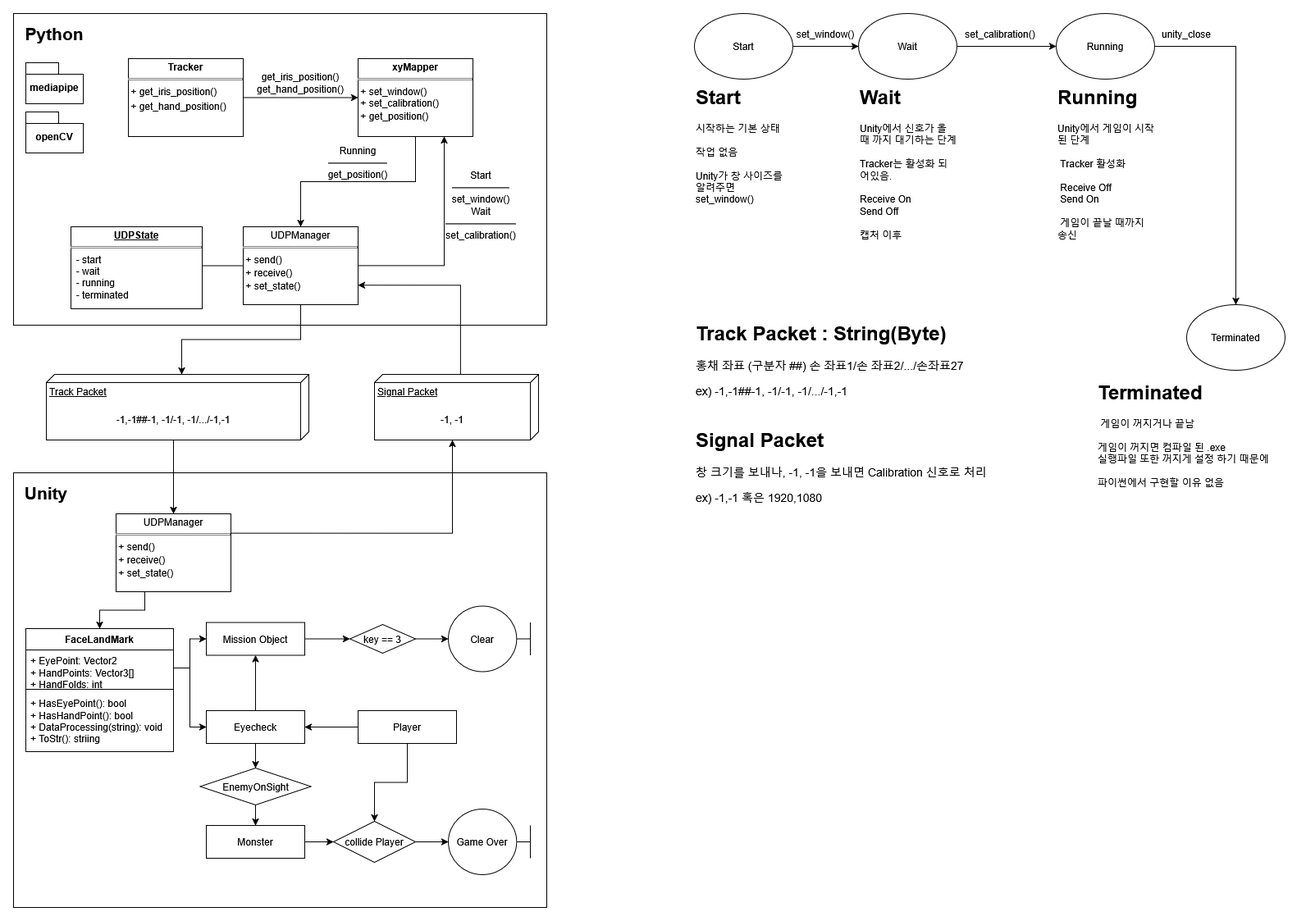
Before: I_Tracker_flowchart.png, a diagram exported from draw.io (ZiLA3/I_Tracker). Source tidied: cells renumbered, new cells last; positions are measured from the earlier drawing's top-left corner, leaving out a move shared by most shapes.
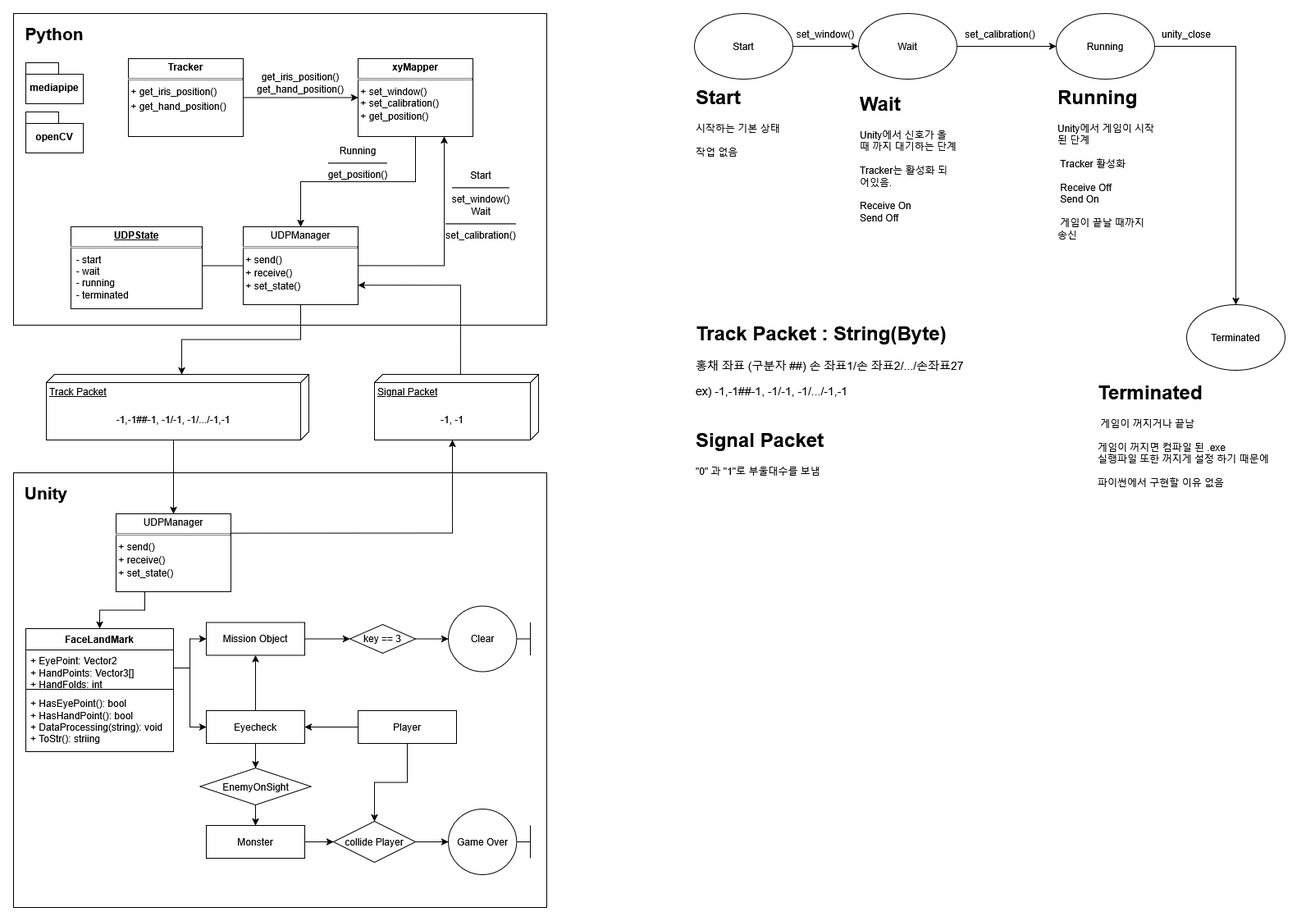
After the change.

Change to the diagram source:
```diff
@@ -86,7 +86,7 @@
     <mxCell id="29" value="Terminated" style="ellipse;whiteSpace=wrap;html=1;" parent="1" vertex="1">
       <mxGeometry x="1430" y="355" width="120" height="80" as="geometry" />
     </mxCell>
-    <mxCell id="30" value="&lt;h1 style=&quot;margin-top: 0px;&quot;&gt;Start&lt;/h1&gt;&lt;div&gt;시작하는 기본 상태&lt;/div&gt;&lt;div&gt;&lt;br&gt;&lt;/div&gt;&lt;div&gt;작업 없음 &lt;br&gt;&lt;/div&gt;&lt;div&gt;&lt;br&gt;&lt;/div&gt;&lt;div&gt;Unity가 창 사이즈를 알려주면 set_window()&lt;/div&gt;&lt;div&gt;&lt;br&gt;&lt;/div&gt;" style="text;html=1;whiteSpace=wrap;overflow=hidden;rounded=0;" parent="1" vertex="1">
+    <mxCell id="30" value="&lt;h1 style=&quot;margin-top: 0px;&quot;&gt;Start&lt;/h1&gt;&lt;div&gt;시작하는 기본 상태&lt;/div&gt;&lt;div&gt;&lt;br&gt;&lt;/div&gt;&lt;div&gt;작업 없음 &lt;br&gt;&lt;/div&gt;&lt;div&gt;&lt;br&gt;&lt;/div&gt;" style="text;html=1;whiteSpace=wrap;overflow=hidden;rounded=0;" parent="1" vertex="1">
       <mxGeometry x="830" y="81.5" width="120" height="230" as="geometry" />
     </mxCell>
     <mxCell id="31" value="&lt;div&gt;Wait&lt;/div&gt;&lt;div&gt;&lt;hr&gt;set_calibration()&lt;/div&gt;" style="text;html=1;align=center;verticalAlign=middle;whiteSpace=wrap;rounded=0;" parent="1" vertex="1">
@@ -101,8 +101,8 @@
     <mxCell id="34" value="unity_close" style="text;html=1;align=center;verticalAlign=middle;whiteSpace=wrap;rounded=0;" parent="1" vertex="1">
       <mxGeometry x="1400" y="10" width="60" height="30" as="geometry" />
     </mxCell>
-    <mxCell id="35" value="&lt;h1 style=&quot;margin-top: 0px;&quot;&gt;Wait&lt;/h1&gt;&lt;div&gt;Unity에서 신호가 올 때 까지 대기하는 단계&lt;/div&gt;&lt;div&gt;&lt;br&gt;&lt;/div&gt;&lt;div&gt;Tracker는 활성화 되어있음.&lt;/div&gt;&lt;div&gt;&lt;br&gt;&lt;/div&gt;&lt;div&gt;Receive On&lt;/div&gt;&lt;div&gt;Send Off&lt;/div&gt;&lt;div&gt;&lt;br&gt;&lt;/div&gt;&lt;div&gt;캡처 이후&amp;nbsp;&lt;/div&gt;" style="text;html=1;whiteSpace=wrap;overflow=hidden;rounded=0;" parent="1" vertex="1">
-      <mxGeometry x="1030" y="81.5" width="120" height="230" as="geometry" />
+    <mxCell id="35" value="&lt;h1 style=&quot;margin-top: 0px;&quot;&gt;Wait&lt;/h1&gt;&lt;div&gt;Unity에서 신호가 올 때 까지 대기하는 단계&lt;/div&gt;&lt;div&gt;&lt;br&gt;&lt;/div&gt;&lt;div&gt;Tracker는 활성화 되어있음.&lt;/div&gt;&lt;div&gt;&lt;br&gt;&lt;/div&gt;&lt;div&gt;Receive On&lt;/div&gt;&lt;div&gt;Send Off&lt;/div&gt;&lt;div&gt;&lt;br&gt;&lt;/div&gt;" style="text;html=1;whiteSpace=wrap;overflow=hidden;rounded=0;" parent="1" vertex="1">
+      <mxGeometry x="1030" y="90" width="120" height="230" as="geometry" />
     </mxCell>
     <mxCell id="36" value="&lt;h1 style=&quot;margin-top: 0px;&quot;&gt;Running&lt;/h1&gt;&lt;div&gt;Unity에서 게임이 시작된 단계&lt;/div&gt;&lt;div&gt;&amp;nbsp;&lt;br&gt;&lt;/div&gt;&lt;div&gt;&amp;nbsp;Tracker 활성화&lt;/div&gt;&lt;div&gt;&lt;br&gt;&lt;/div&gt;&lt;div&gt;&amp;nbsp;Receive Off&lt;/div&gt;&lt;div&gt;&amp;nbsp;Send On&lt;/div&gt;&lt;div&gt;&lt;br&gt;&lt;/div&gt;&lt;div&gt;&amp;nbsp;게임이 끝날 때까지 송신&lt;/div&gt;" style="text;html=1;whiteSpace=wrap;overflow=hidden;rounded=0;" parent="1" vertex="1">
       <mxGeometry x="1271" y="81.5" width="120" height="230" as="geometry" />
@@ -131,7 +131,7 @@
     <mxCell id="44" style="edgeStyle=orthogonalEdgeStyle;rounded=0;jettySize=auto;html=1;exitX=1;exitY=0.25;exitDx=0;exitDy=0;entryX=0;entryY=0;entryDx=80;entryDy=105;entryPerimeter=0;" parent="1" edge="1" source="39" target="42">
       <mxGeometry relative="1" as="geometry" />
     </mxCell>
-    <mxCell id="45" value="&lt;h1 style=&quot;margin-top: 0px;&quot;&gt;Signal Packet&lt;/h1&gt;&lt;div&gt;&lt;font style=&quot;font-size: 14px;&quot;&gt;창 크기를 보내나, -1, -1을 보내면 Calibration 신호로 처리&lt;/font&gt;&lt;/div&gt;&lt;div&gt;&lt;br&gt;&lt;/div&gt;&lt;div&gt;&lt;font style=&quot;font-size: 14px;&quot;&gt;ex) -1,-1 혹은 1920,1080&lt;/font&gt;&lt;/div&gt;" style="text;html=1;whiteSpace=wrap;overflow=hidden;rounded=0;" parent="1" vertex="1">
+    <mxCell id="45" value="&lt;h1 style=&quot;margin-top: 0px;&quot;&gt;Signal Packet&lt;/h1&gt;&quot;0&quot; 과 &quot;1&quot;로 부울대수를 보냄" style="text;html=1;whiteSpace=wrap;overflow=hidden;rounded=0;" parent="1" vertex="1">
       <mxGeometry x="830" y="500" width="380" height="110" as="geometry" />
     </mxCell>
     <mxCell id="46" value="FaceLandMark" style="swimlane;fontStyle=1;align=center;verticalAlign=top;horizontal=1;startSize=26;whiteSpace=wrap;html=1;" parent="1" vertex="1">
```
